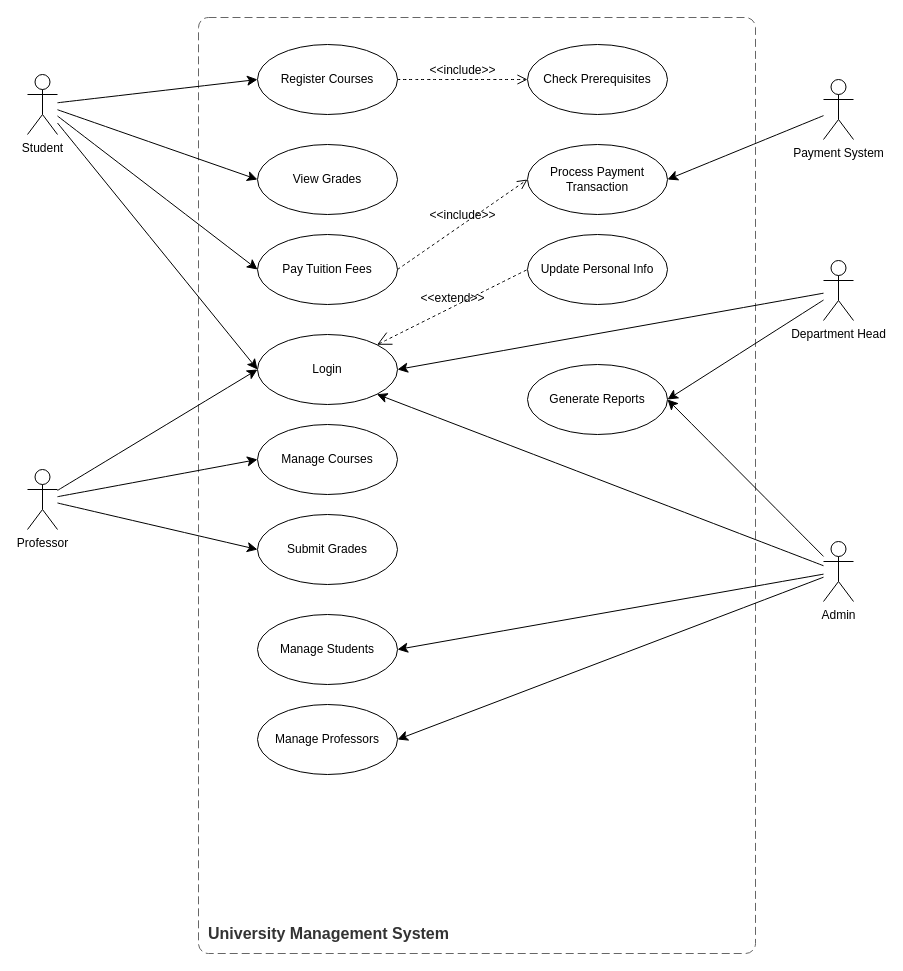
The draw.io diagram Usecase.drawio in fallenbagel/diagrams, before the edit. Source tidied: cells renumbered, new cells numbered last; positions are measured from the earlier drawing's top-left corner, leaving out a move shared by most shapes. Both pictures are drawn from the tidied source at 100%, with x=0, y=0 at pixel (27, 17).
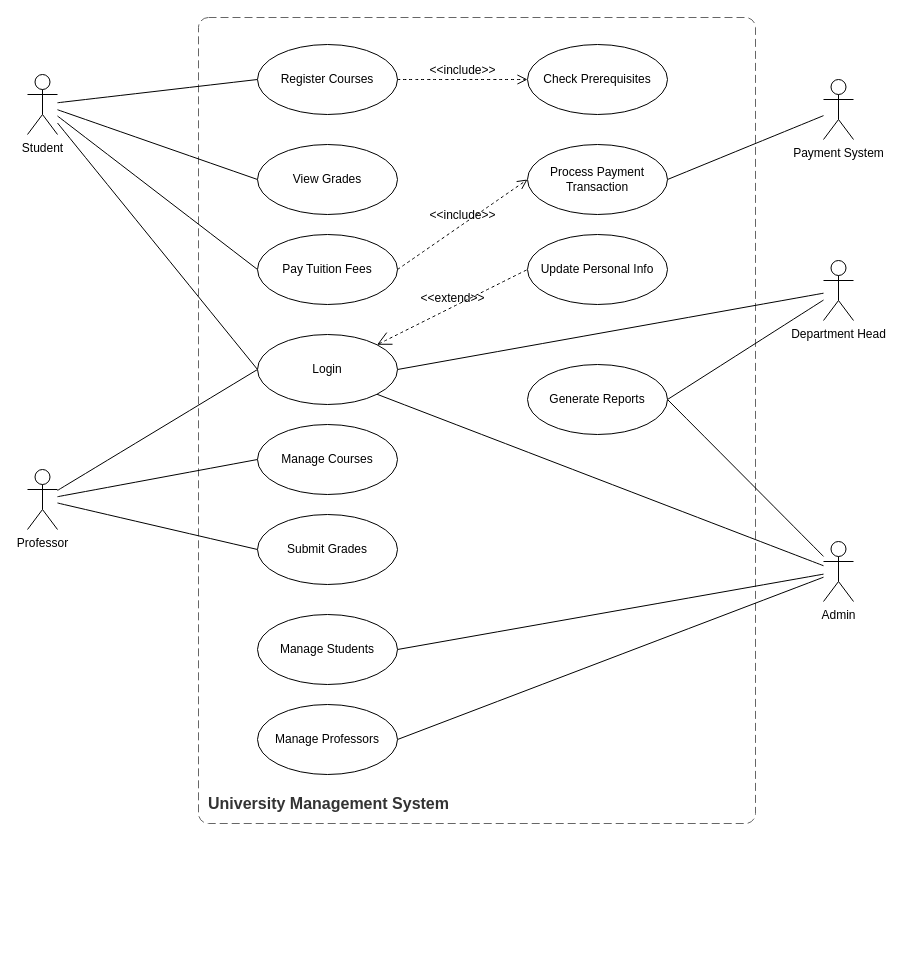
After the change.

Unchanged cells that the change refers to:
```xml
<mxCell id="7" value="Student" style="shape=umlActor;verticalLabelPosition=bottom;verticalAlign=top;html=1;" parent="1" vertex="1">
  <mxGeometry y="57" width="30" height="60" as="geometry" />
</mxCell>
<mxCell id="11" value="Professor" style="shape=umlActor;verticalLabelPosition=bottom;verticalAlign=top;html=1;" parent="1" vertex="1">
  <mxGeometry y="452" width="30" height="60" as="geometry" />
</mxCell>
<mxCell id="16" value="Admin" style="shape=umlActor;verticalLabelPosition=bottom;verticalAlign=top;html=1;" parent="1" vertex="1">
  <mxGeometry x="796" y="524" width="30" height="60" as="geometry" />
</mxCell>
<mxCell id="19" value="Department Head" style="shape=umlActor;verticalLabelPosition=bottom;verticalAlign=top;html=1;" parent="1" vertex="1">
  <mxGeometry x="796" y="243" width="30" height="60" as="geometry" />
</mxCell>
<mxCell id="21" value="Payment System" style="shape=umlActor;verticalLabelPosition=bottom;verticalAlign=top;html=1;" parent="1" vertex="1">
  <mxGeometry x="796" y="62" width="30" height="60" as="geometry" />
</mxCell>
<mxCell id="22" value="Register Courses" style="ellipse;whiteSpace=wrap;html=1;" parent="1" vertex="1">
  <mxGeometry x="230" y="27" width="140" height="70" as="geometry" />
</mxCell>
<mxCell id="23" value="View Grades" style="ellipse;whiteSpace=wrap;html=1;" parent="1" vertex="1">
  <mxGeometry x="230" y="127" width="140" height="70" as="geometry" />
</mxCell>
<mxCell id="24" value="Pay Tuition Fees" style="ellipse;whiteSpace=wrap;html=1;" parent="1" vertex="1">
  <mxGeometry x="230" y="217" width="140" height="70" as="geometry" />
</mxCell>
<mxCell id="25" value="Manage Courses" style="ellipse;whiteSpace=wrap;html=1;" parent="1" vertex="1">
  <mxGeometry x="230" y="407" width="140" height="70" as="geometry" />
</mxCell>
<mxCell id="26" value="Submit Grades" style="ellipse;whiteSpace=wrap;html=1;" parent="1" vertex="1">
  <mxGeometry x="230" y="497" width="140" height="70" as="geometry" />
</mxCell>
<mxCell id="27" value="Manage Students" style="ellipse;whiteSpace=wrap;html=1;" parent="1" vertex="1">
  <mxGeometry x="230" y="597" width="140" height="70" as="geometry" />
</mxCell>
<mxCell id="28" value="Manage Professors" style="ellipse;whiteSpace=wrap;html=1;" parent="1" vertex="1">
  <mxGeometry x="230" y="687" width="140" height="70" as="geometry" />
</mxCell>
<mxCell id="29" value="Login" style="ellipse;whiteSpace=wrap;html=1;" parent="1" vertex="1">
  <mxGeometry x="230" y="317" width="140" height="70" as="geometry" />
</mxCell>
<mxCell id="34" value="Process Payment Transaction" style="ellipse;whiteSpace=wrap;html=1;" parent="1" vertex="1">
  <mxGeometry x="500" y="127" width="140" height="70" as="geometry" />
</mxCell>
<mxCell id="36" value="Generate Reports" style="ellipse;whiteSpace=wrap;html=1;" parent="1" vertex="1">
  <mxGeometry x="500" y="347" width="140" height="70" as="geometry" />
</mxCell>
```

Diff of the diagram source:
```diff
@@
     <object id="2" label="&lt;font style=&quot;font-size: 16px&quot;&gt;&lt;b&gt;&lt;div style=&quot;text-align: left&quot;&gt;%c4Name%&lt;/div&gt;&lt;/b&gt;&lt;/font&gt;" c4Name="University Management System" placeholders="1">
       <mxCell style="rounded=1;fontSize=11;whiteSpace=wrap;html=1;dashed=1;arcSize=20;fillColor=none;strokeColor=#666666;fontColor=#333333;labelBackgroundColor=none;align=left;verticalAlign=bottom;labelBorderColor=none;spacingTop=0;spacing=10;dashPattern=8 4;perimeter=rectanglePerimeter;noLabel=0;labelPadding=0;absoluteArcSize=1;" parent="1" vertex="1">
-        <mxGeometry x="171" width="557" height="936" as="geometry" />
+        <mxGeometry x="171" width="557" height="806" as="geometry" />
       </mxCell>
     </object>
-    <mxCell id="3" style="edgeStyle=none;curved=1;rounded=0;jettySize=auto;html=1;entryX=0;entryY=0.5;entryDx=0;entryDy=0;fontSize=12;startSize=8;endSize=8;" parent="1" edge="1" source="7" target="22">
+    <mxCell id="3" style="edgeStyle=none;curved=1;rounded=0;jettySize=auto;html=1;entryX=0;entryY=0.5;entryDx=0;entryDy=0;fontSize=12;startSize=8;endSize=8;endArrow=none;startFill=0;" parent="1" edge="1" source="7" target="22">
       <mxGeometry relative="1" as="geometry" />
     </mxCell>
-    <mxCell id="4" style="edgeStyle=none;curved=1;rounded=0;jettySize=auto;html=1;entryX=0;entryY=0.5;entryDx=0;entryDy=0;fontSize=12;startSize=8;endSize=8;" parent="1" edge="1" source="7" target="23">
+    <mxCell id="4" style="edgeStyle=none;curved=1;rounded=0;jettySize=auto;html=1;entryX=0;entryY=0.5;entryDx=0;entryDy=0;fontSize=12;startSize=8;endSize=8;endArrow=none;startFill=0;" parent="1" edge="1" source="7" target="23">
       <mxGeometry relative="1" as="geometry" />
     </mxCell>
-    <mxCell id="5" style="edgeStyle=none;curved=1;rounded=0;jettySize=auto;html=1;entryX=0;entryY=0.5;entryDx=0;entryDy=0;fontSize=12;startSize=8;endSize=8;" parent="1" edge="1" source="7" target="24">
+    <mxCell id="5" style="edgeStyle=none;curved=1;rounded=0;jettySize=auto;html=1;entryX=0;entryY=0.5;entryDx=0;entryDy=0;fontSize=12;startSize=8;endSize=8;endArrow=none;startFill=0;" parent="1" edge="1" source="7" target="24">
       <mxGeometry relative="1" as="geometry" />
     </mxCell>
-    <mxCell id="6" style="edgeStyle=none;curved=1;rounded=0;jettySize=auto;html=1;entryX=0;entryY=0.5;entryDx=0;entryDy=0;fontSize=12;startSize=8;endSize=8;" parent="1" edge="1" source="7" target="29">
+    <mxCell id="6" style="edgeStyle=none;curved=1;rounded=0;jettySize=auto;html=1;entryX=0;entryY=0.5;entryDx=0;entryDy=0;fontSize=12;startSize=8;endSize=8;endArrow=none;startFill=0;" parent="1" edge="1" source="7" target="29">
       <mxGeometry relative="1" as="geometry" />
     </mxCell>
@@
-    <mxCell id="8" style="edgeStyle=none;curved=1;rounded=0;jettySize=auto;html=1;entryX=0;entryY=0.5;entryDx=0;entryDy=0;fontSize=12;startSize=8;endSize=8;" parent="1" edge="1" source="11" target="25">
+    <mxCell id="8" style="edgeStyle=none;curved=1;rounded=0;jettySize=auto;html=1;entryX=0;entryY=0.5;entryDx=0;entryDy=0;fontSize=12;startSize=8;endSize=8;endArrow=none;startFill=0;" parent="1" edge="1" source="11" target="25">
       <mxGeometry relative="1" as="geometry" />
     </mxCell>
-    <mxCell id="9" style="edgeStyle=none;curved=1;rounded=0;jettySize=auto;html=1;entryX=0;entryY=0.5;entryDx=0;entryDy=0;fontSize=12;startSize=8;endSize=8;" parent="1" edge="1" source="11" target="26">
+    <mxCell id="9" style="edgeStyle=none;curved=1;rounded=0;jettySize=auto;html=1;entryX=0;entryY=0.5;entryDx=0;entryDy=0;fontSize=12;startSize=8;endSize=8;endArrow=none;startFill=0;" parent="1" edge="1" source="11" target="26">
       <mxGeometry relative="1" as="geometry" />
     </mxCell>
-    <mxCell id="10" style="edgeStyle=none;curved=1;rounded=0;jettySize=auto;html=1;entryX=0;entryY=0.5;entryDx=0;entryDy=0;fontSize=12;startSize=8;endSize=8;" parent="1" edge="1" source="11" target="29">
+    <mxCell id="10" style="edgeStyle=none;curved=1;rounded=0;jettySize=auto;html=1;entryX=0;entryY=0.5;entryDx=0;entryDy=0;fontSize=12;startSize=8;endSize=8;endArrow=none;startFill=0;" parent="1" edge="1" source="11" target="29">
       <mxGeometry relative="1" as="geometry" />
     </mxCell>
@@
-    <mxCell id="12" style="edgeStyle=none;curved=1;rounded=0;jettySize=auto;html=1;fontSize=12;startSize=8;endSize=8;entryX=1;entryY=0.5;entryDx=0;entryDy=0;" parent="1" edge="1" source="16" target="27">
+    <mxCell id="12" style="edgeStyle=none;curved=1;rounded=0;jettySize=auto;html=1;fontSize=12;startSize=8;endSize=8;entryX=1;entryY=0.5;entryDx=0;entryDy=0;endArrow=none;startFill=0;" parent="1" edge="1" source="16" target="27">
       <mxGeometry relative="1" as="geometry" />
     </mxCell>
-    <mxCell id="13" style="edgeStyle=none;curved=1;rounded=0;jettySize=auto;html=1;entryX=1;entryY=0.5;entryDx=0;entryDy=0;fontSize=12;startSize=8;endSize=8;" parent="1" edge="1" source="16" target="28">
+    <mxCell id="13" style="edgeStyle=none;curved=1;rounded=0;jettySize=auto;html=1;entryX=1;entryY=0.5;entryDx=0;entryDy=0;fontSize=12;startSize=8;endSize=8;endArrow=none;startFill=0;" parent="1" edge="1" source="16" target="28">
       <mxGeometry relative="1" as="geometry" />
     </mxCell>
-    <mxCell id="14" style="edgeStyle=none;curved=1;rounded=0;jettySize=auto;html=1;entryX=1;entryY=1;entryDx=0;entryDy=0;fontSize=12;startSize=8;endSize=8;" parent="1" edge="1" source="16" target="29">
+    <mxCell id="14" style="edgeStyle=none;curved=1;rounded=0;jettySize=auto;html=1;entryX=1;entryY=1;entryDx=0;entryDy=0;fontSize=12;startSize=8;endSize=8;endArrow=none;startFill=0;" parent="1" edge="1" source="16" target="29">
       <mxGeometry relative="1" as="geometry" />
     </mxCell>
-    <mxCell id="15" style="edgeStyle=none;curved=1;rounded=0;jettySize=auto;html=1;entryX=1;entryY=0.5;entryDx=0;entryDy=0;fontSize=12;startSize=8;endSize=8;" parent="1" edge="1" source="16" target="36">
+    <mxCell id="15" style="edgeStyle=none;curved=1;rounded=0;jettySize=auto;html=1;entryX=1;entryY=0.5;entryDx=0;entryDy=0;fontSize=12;startSize=8;endSize=8;endArrow=none;startFill=0;" parent="1" edge="1" source="16" target="36">
       <mxGeometry relative="1" as="geometry" />
     </mxCell>
@@
-    <mxCell id="17" style="edgeStyle=none;curved=1;rounded=0;jettySize=auto;html=1;entryX=1;entryY=0.5;entryDx=0;entryDy=0;fontSize=12;startSize=8;endSize=8;" parent="1" edge="1" source="19" target="29">
+    <mxCell id="17" style="edgeStyle=none;curved=1;rounded=0;jettySize=auto;html=1;entryX=1;entryY=0.5;entryDx=0;entryDy=0;fontSize=12;startSize=8;endSize=8;endArrow=none;startFill=0;" parent="1" edge="1" source="19" target="29">
       <mxGeometry relative="1" as="geometry" />
     </mxCell>
-    <mxCell id="18" style="edgeStyle=none;curved=1;rounded=0;jettySize=auto;html=1;entryX=1;entryY=0.5;entryDx=0;entryDy=0;fontSize=12;startSize=8;endSize=8;" parent="1" edge="1" source="19" target="36">
+    <mxCell id="18" style="edgeStyle=none;curved=1;rounded=0;jettySize=auto;html=1;entryX=1;entryY=0.5;entryDx=0;entryDy=0;fontSize=12;startSize=8;endSize=8;endArrow=none;startFill=0;" parent="1" edge="1" source="19" target="36">
       <mxGeometry relative="1" as="geometry" />
     </mxCell>
@@
-    <mxCell id="20" style="edgeStyle=none;curved=1;rounded=0;jettySize=auto;html=1;entryX=1;entryY=0.5;entryDx=0;entryDy=0;fontSize=12;startSize=8;endSize=8;" parent="1" edge="1" source="21" target="34">
+    <mxCell id="20" style="edgeStyle=none;curved=1;rounded=0;jettySize=auto;html=1;entryX=1;entryY=0.5;entryDx=0;entryDy=0;fontSize=12;startSize=8;endSize=8;endArrow=none;startFill=0;" parent="1" edge="1" source="21" target="34">
       <mxGeometry relative="1" as="geometry" />
     </mxCell>
```
